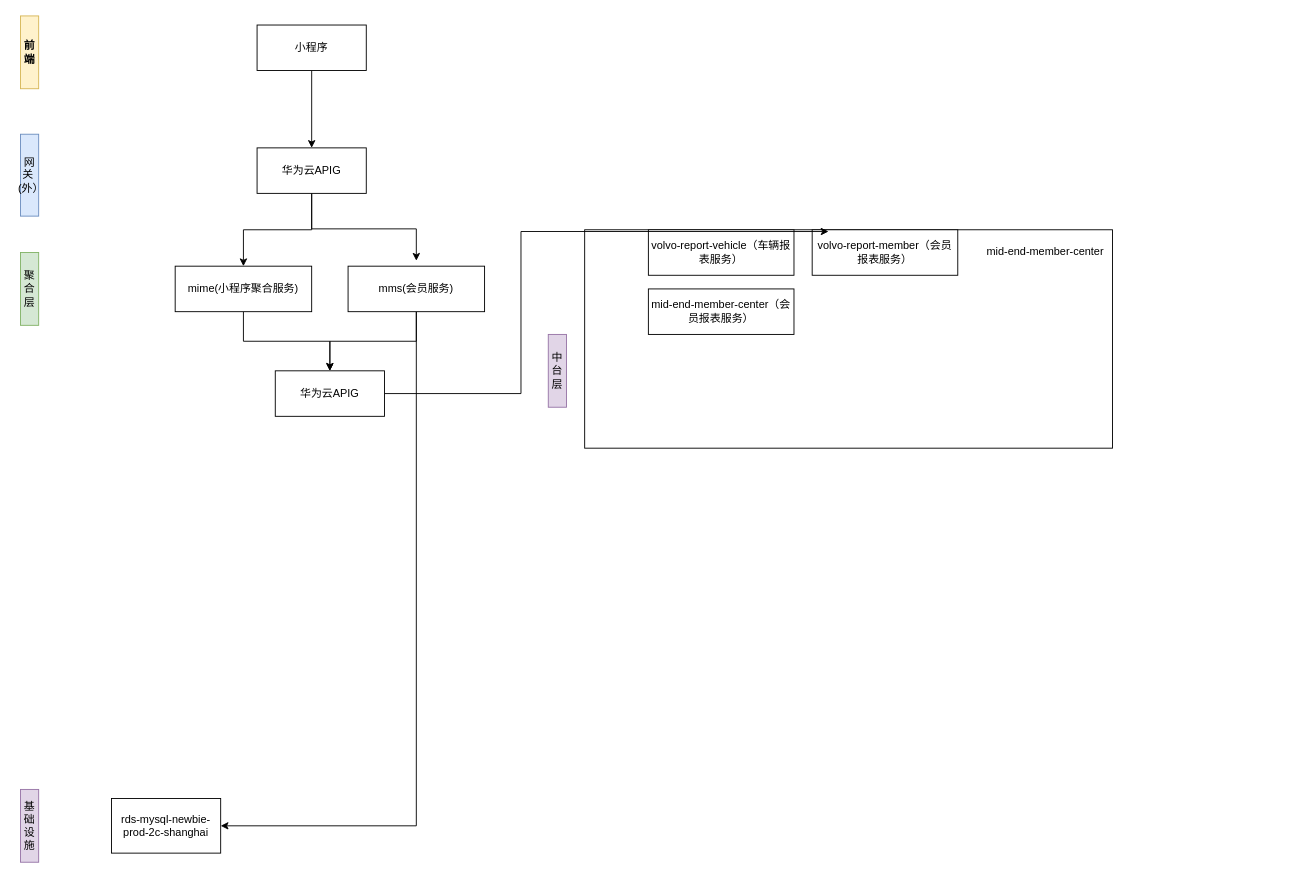
Above: 会员业务架构.drawio in 463024907/draw.io (draw.io), before the change. Source tidied: cells renumbered, new cells numbered last; positions are measured from the earlier drawing's top-left corner, leaving out a move shared by most shapes. Both pictures are drawn from the tidied source at 91%, with x=0, y=0 at pixel (20, 15).
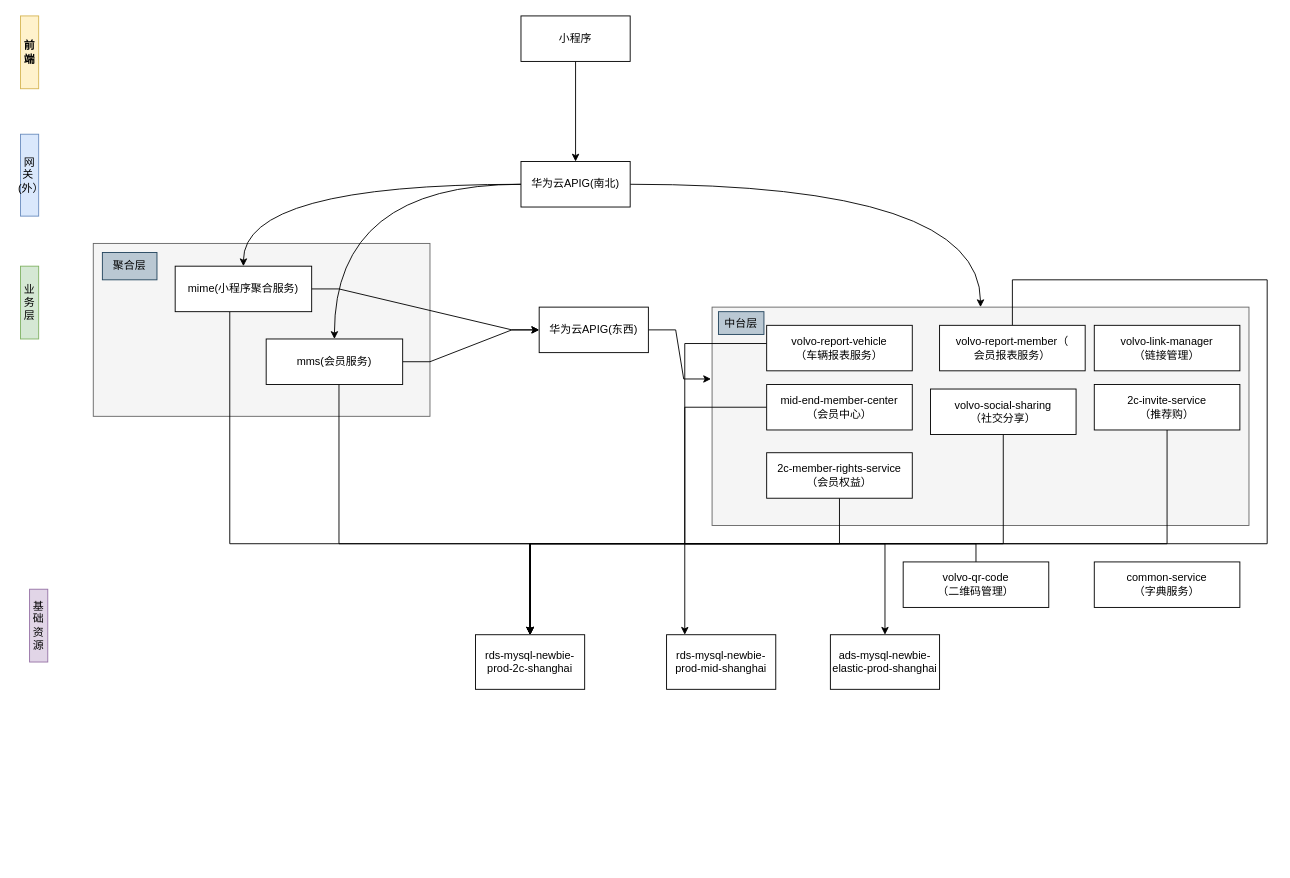
Above is the later version.

Commit message:
Update 会员业务架构.drawio

Unchanged cells that the change refers to:
```xml
<mxCell id="11" value="mime(小程序聚合服务)" style="rounded=0;whiteSpace=wrap;html=1;" parent="1" vertex="1">
  <mxGeometry x="170" y="275" width="150" height="50" as="geometry" />
</mxCell>
```

Change to the diagram source:
```diff
@@
+    <mxCell id="25" style="rounded=0;whiteSpace=wrap;html=1;fillColor=#f5f5f5;fontColor=#333333;strokeColor=#666666;" parent="1" vertex="1">
+      <mxGeometry x="80" y="250" width="370" height="190" as="geometry" />
+    </mxCell>
-    <mxCell id="2" style="rounded=0;whiteSpace=wrap;html=1;" parent="1" vertex="1">
-      <mxGeometry x="620" y="235" width="580" height="240" as="geometry" />
+    <mxCell id="2" style="rounded=0;whiteSpace=wrap;html=1;fillColor=#f5f5f5;fontColor=#333333;strokeColor=#666666;" parent="1" vertex="1">
+      <mxGeometry x="760" y="320" width="590" height="240" as="geometry" />
     </mxCell>
@@
-    <mxCell id="4" style="edgeStyle=orthogonalEdgeStyle;rounded=0;jettySize=auto;html=1;" parent="1" edge="1" source="6" target="11">
+    <mxCell id="4" style="edgeStyle=orthogonalEdgeStyle;rounded=0;jettySize=auto;html=1;curved=1;" parent="1" edge="1" source="6" target="11">
       <mxGeometry relative="1" as="geometry" />
     </mxCell>
-    <mxCell id="5" style="edgeStyle=orthogonalEdgeStyle;rounded=0;orthogonalLoop=1;jettySize=auto;html=1;" parent="1" edge="1">
-      <mxGeometry relative="1" as="geometry">
-        <mxPoint x="320" y="189" as="sourcePoint" />
-        <mxPoint x="435" y="269" as="targetPoint" />
-        <Array as="points">
-          <mxPoint x="320" y="234" />
-          <mxPoint x="435" y="234" />
-        </Array>
-      </mxGeometry>
-    </mxCell>
+    <mxCell id="26" style="edgeStyle=orthogonalEdgeStyle;rounded=0;jettySize=auto;html=1;curved=1;" parent="1" edge="1" source="6" target="19">
+      <mxGeometry relative="1" as="geometry" />
+    </mxCell>
+    <mxCell id="27" style="edgeStyle=orthogonalEdgeStyle;rounded=0;jettySize=auto;html=1;curved=1;" parent="1" edge="1" source="6" target="2">
+      <mxGeometry relative="1" as="geometry" />
+    </mxCell>
-    <mxCell id="6" value="华为云APIG" style="rounded=0;whiteSpace=wrap;html=1;" parent="1" vertex="1">
-      <mxGeometry x="260" y="145" width="120" height="50" as="geometry" />
+    <mxCell id="6" value="华为云APIG(南北)" style="rounded=0;whiteSpace=wrap;html=1;" parent="1" vertex="1">
+      <mxGeometry x="550" y="160" width="120" height="50" as="geometry" />
     </mxCell>
@@
-    <mxCell id="8" value="聚合层" style="rounded=0;whiteSpace=wrap;html=1;fillColor=#d5e8d4;strokeColor=#82b366;" parent="1" vertex="1">
-      <mxGeometry y="260" width="20" height="80" as="geometry" />
+    <mxCell id="8" value="聚合层" style="rounded=0;whiteSpace=wrap;html=1;fillColor=#bac8d3;strokeColor=#23445d;" parent="1" vertex="1">
+      <mxGeometry x="90" y="260" width="60" height="30" as="geometry" />
     </mxCell>
-    <mxCell id="9" value="中台层" style="rounded=0;whiteSpace=wrap;html=1;fillColor=#e1d5e7;strokeColor=#9673a6;" parent="1" vertex="1">
-      <mxGeometry x="580" y="350" width="20" height="80" as="geometry" />
+    <mxCell id="9" value="中台层" style="rounded=0;whiteSpace=wrap;html=1;fillColor=#bac8d3;strokeColor=#23445d;" parent="1" vertex="1">
+      <mxGeometry x="767" y="325" width="50" height="25" as="geometry" />
     </mxCell>
-    <mxCell id="10" style="edgeStyle=orthogonalEdgeStyle;rounded=0;jettySize=auto;html=1;" parent="1" edge="1" source="11" target="24">
+    <mxCell id="10" style="edgeStyle=entityRelationEdgeStyle;rounded=0;jettySize=auto;html=1;" parent="1" edge="1" source="11" target="24">
       <mxGeometry relative="1" as="geometry" />
     </mxCell>
+    <mxCell id="28" style="edgeStyle=orthogonalEdgeStyle;rounded=0;jettySize=auto;html=1;" parent="1" edge="1" source="11" target="20">
+      <mxGeometry relative="1" as="geometry">
+        <Array as="points">
+          <mxPoint x="230" y="580" />
+          <mxPoint x="560" y="580" />
+        </Array>
+      </mxGeometry>
+    </mxCell>
@@
     <mxCell id="13" value="小程序" style="rounded=0;whiteSpace=wrap;html=1;" parent="1" vertex="1">
-      <mxGeometry x="260" y="10" width="120" height="50" as="geometry" />
+      <mxGeometry x="550" width="120" height="50" as="geometry" />
     </mxCell>
+    <mxCell id="29" style="edgeStyle=orthogonalEdgeStyle;rounded=0;jettySize=auto;html=1;entryX=0.5;entryY=0;entryDx=0;entryDy=0;" parent="1" edge="1" target="44">
+      <mxGeometry relative="1" as="geometry">
+        <mxPoint x="820" y="360" as="sourcePoint" />
+        <Array as="points">
+          <mxPoint x="730" y="360" />
+          <mxPoint x="730" y="580" />
+          <mxPoint x="950" y="580" />
+        </Array>
+      </mxGeometry>
+    </mxCell>
-    <mxCell id="14" value="volvo-report-vehicle（车辆报表服务）" style="rounded=0;whiteSpace=wrap;html=1;" parent="1" vertex="1">
-      <mxGeometry x="690" y="235" width="160" height="50" as="geometry" />
+    <mxCell id="14" value="volvo-report-vehicle&lt;br&gt;（车辆报表服务）" style="rounded=0;whiteSpace=wrap;html=1;" parent="1" vertex="1">
+      <mxGeometry x="820" y="340" width="160" height="50" as="geometry" />
     </mxCell>
-    <mxCell id="15" value="基础设施" style="rounded=0;whiteSpace=wrap;html=1;fillColor=#e1d5e7;strokeColor=#9673a6;" parent="1" vertex="1">
-      <mxGeometry y="850" width="20" height="80" as="geometry" />
+    <mxCell id="15" value="基础资源" style="rounded=0;whiteSpace=wrap;html=1;fillColor=#e1d5e7;strokeColor=#9673a6;" parent="1" vertex="1">
+      <mxGeometry x="10" y="630" width="20" height="80" as="geometry" />
     </mxCell>
+    <mxCell id="30" style="edgeStyle=orthogonalEdgeStyle;rounded=0;jettySize=auto;html=1;" parent="1" edge="1" source="16" target="20">
+      <mxGeometry relative="1" as="geometry">
+        <Array as="points">
+          <mxPoint x="1090" y="290" />
+          <mxPoint x="1370" y="290" />
+          <mxPoint x="1370" y="580" />
+          <mxPoint x="560" y="580" />
+        </Array>
+      </mxGeometry>
+    </mxCell>
-    <mxCell id="16" value="volvo-report-member（会员报表服务）" style="rounded=0;whiteSpace=wrap;html=1;" parent="1" vertex="1">
-      <mxGeometry x="870" y="235" width="160" height="50" as="geometry" />
+    <mxCell id="16" value="volvo-report-member（&lt;br&gt;会员报表服务）" style="rounded=0;whiteSpace=wrap;html=1;" parent="1" vertex="1">
+      <mxGeometry x="1010" y="340" width="160" height="50" as="geometry" />
     </mxCell>
     <mxCell id="17" style="edgeStyle=orthogonalEdgeStyle;rounded=0;jettySize=auto;html=1;" parent="1" edge="1" source="19" target="20">
       <mxGeometry relative="1" as="geometry">
         <Array as="points">
-          <mxPoint x="435" y="890" />
+          <mxPoint x="350" y="580" />
+          <mxPoint x="560" y="580" />
         </Array>
       </mxGeometry>
     </mxCell>
-    <mxCell id="18" style="edgeStyle=orthogonalEdgeStyle;rounded=0;jettySize=auto;html=1;entryX=0.5;entryY=0;entryDx=0;entryDy=0;" parent="1" edge="1" source="19" target="24">
+    <mxCell id="18" style="edgeStyle=entityRelationEdgeStyle;rounded=0;jettySize=auto;html=1;entryX=0;entryY=0.5;entryDx=0;entryDy=0;" parent="1" edge="1" source="19" target="24">
       <mxGeometry relative="1" as="geometry" />
     </mxCell>
     <mxCell id="19" value="mms(会员服务)" style="rounded=0;whiteSpace=wrap;html=1;" parent="1" vertex="1">
-      <mxGeometry x="360" y="275" width="150" height="50" as="geometry" />
+      <mxGeometry x="270" y="355" width="150" height="50" as="geometry" />
     </mxCell>
     <mxCell id="20" value="rds-mysql-newbie-prod-2c-shanghai" style="rounded=0;whiteSpace=wrap;html=1;" parent="1" vertex="1">
-      <mxGeometry x="100" y="860" width="120" height="60" as="geometry" />
+      <mxGeometry x="500" y="680" width="120" height="60" as="geometry" />
     </mxCell>
-    <mxCell id="21" value="mid-end-member-center" style="text;whiteSpace=wrap;html=1;" parent="1" vertex="1">
-      <mxGeometry x="1060" y="245" width="160" height="40" as="geometry" />
-    </mxCell>
+    <mxCell id="31" style="edgeStyle=orthogonalEdgeStyle;rounded=0;jettySize=auto;html=1;" parent="1" edge="1" source="22" target="43">
+      <mxGeometry relative="1" as="geometry">
+        <Array as="points">
+          <mxPoint x="730" y="430" />
+        </Array>
+      </mxGeometry>
+    </mxCell>
-    <mxCell id="22" value="mid-end-member-center（会员报表服务）" style="rounded=0;whiteSpace=wrap;html=1;" parent="1" vertex="1">
-      <mxGeometry x="690" y="300" width="160" height="50" as="geometry" />
+    <mxCell id="22" value="mid-end-member-center&lt;br&gt;（会员中心）" style="rounded=0;whiteSpace=wrap;html=1;" parent="1" vertex="1">
+      <mxGeometry x="820" y="405" width="160" height="50" as="geometry" />
     </mxCell>
-    <mxCell id="23" style="edgeStyle=orthogonalEdgeStyle;rounded=0;jettySize=auto;html=1;entryX=0.462;entryY=0.008;entryDx=0;entryDy=0;entryPerimeter=0;" parent="1" edge="1" source="24" target="2">
-      <mxGeometry relative="1" as="geometry">
-        <Array as="points">
-          <mxPoint x="550" y="415" />
-          <mxPoint x="550" y="237" />
-        </Array>
-      </mxGeometry>
+    <mxCell id="23" style="edgeStyle=entityRelationEdgeStyle;rounded=0;jettySize=auto;html=1;entryX=-0.002;entryY=0.329;entryDx=0;entryDy=0;entryPerimeter=0;" parent="1" edge="1" source="24" target="2">
+      <mxGeometry relative="1" as="geometry" />
     </mxCell>
-    <mxCell id="24" value="华为云APIG" style="rounded=0;whiteSpace=wrap;html=1;" parent="1" vertex="1">
-      <mxGeometry x="280" y="390" width="120" height="50" as="geometry" />
+    <mxCell id="24" value="华为云APIG(东西)" style="rounded=0;whiteSpace=wrap;html=1;" parent="1" vertex="1">
+      <mxGeometry x="570" y="320" width="120" height="50" as="geometry" />
     </mxCell>
+    <mxCell id="32" value="业务层" style="rounded=0;whiteSpace=wrap;html=1;fillColor=#d5e8d4;strokeColor=#82b366;" parent="1" vertex="1">
+      <mxGeometry y="275" width="20" height="80" as="geometry" />
+    </mxCell>
+    <mxCell id="33" style="edgeStyle=orthogonalEdgeStyle;rounded=0;jettySize=auto;html=1;entryX=0.5;entryY=0;entryDx=0;entryDy=0;" parent="1" edge="1" source="34" target="20">
+      <mxGeometry relative="1" as="geometry">
+        <Array as="points">
+          <mxPoint x="1050" y="580" />
+          <mxPoint x="560" y="580" />
+        </Array>
+      </mxGeometry>
+    </mxCell>
+    <mxCell id="34" value="volvo-qr-code&lt;br&gt;（二维码管理）" style="rounded=0;whiteSpace=wrap;html=1;" parent="1" vertex="1">
+      <mxGeometry x="970" y="600" width="160" height="50" as="geometry" />
+    </mxCell>
+    <mxCell id="35" value="volvo-link-manager&lt;br&gt;（链接管理）" style="rounded=0;whiteSpace=wrap;html=1;" parent="1" vertex="1">
+      <mxGeometry x="1180" y="340" width="160" height="50" as="geometry" />
+    </mxCell>
+    <mxCell id="36" style="edgeStyle=orthogonalEdgeStyle;rounded=0;jettySize=auto;html=1;" parent="1" edge="1" source="37" target="20">
+      <mxGeometry relative="1" as="geometry">
+        <Array as="points">
+          <mxPoint x="1260" y="580" />
+          <mxPoint x="560" y="580" />
+        </Array>
+      </mxGeometry>
+    </mxCell>
+    <mxCell id="37" value="2c-invite-service&lt;br&gt;（推荐购）" style="rounded=0;whiteSpace=wrap;html=1;" parent="1" vertex="1">
+      <mxGeometry x="1180" y="405" width="160" height="50" as="geometry" />
+    </mxCell>
+    <mxCell id="38" style="edgeStyle=orthogonalEdgeStyle;rounded=0;jettySize=auto;html=1;" parent="1" edge="1" source="39" target="20">
+      <mxGeometry relative="1" as="geometry">
+        <Array as="points">
+          <mxPoint x="900" y="580" />
+          <mxPoint x="560" y="580" />
+        </Array>
+      </mxGeometry>
+    </mxCell>
+    <mxCell id="39" value="2c-member-rights-service（会员权益）" style="rounded=0;whiteSpace=wrap;html=1;" parent="1" vertex="1">
+      <mxGeometry x="820" y="480" width="160" height="50" as="geometry" />
+    </mxCell>
+    <mxCell id="40" style="edgeStyle=orthogonalEdgeStyle;rounded=0;jettySize=auto;html=1;" parent="1" edge="1" source="41" target="20">
+      <mxGeometry relative="1" as="geometry">
+        <Array as="points">
+          <mxPoint x="1080" y="580" />
+          <mxPoint x="560" y="580" />
+        </Array>
+      </mxGeometry>
+    </mxCell>
+    <mxCell id="41" value="volvo-social-sharing&lt;br&gt;（社交分享）" style="rounded=0;whiteSpace=wrap;html=1;" parent="1" vertex="1">
+      <mxGeometry x="1000" y="410" width="160" height="50" as="geometry" />
+    </mxCell>
+    <mxCell id="42" value="common-service&lt;br&gt;（字典服务）" style="rounded=0;whiteSpace=wrap;html=1;" parent="1" vertex="1">
+      <mxGeometry x="1180" y="600" width="160" height="50" as="geometry" />
+    </mxCell>
+    <mxCell id="43" value="rds-mysql-newbie-prod-mid-shanghai" style="rounded=0;whiteSpace=wrap;html=1;" parent="1" vertex="1">
+      <mxGeometry x="710" y="680" width="120" height="60" as="geometry" />
+    </mxCell>
+    <mxCell id="44" value="ads-mysql-newbie-elastic-prod-shanghai" style="rounded=0;whiteSpace=wrap;html=1;" parent="1" vertex="1">
+      <mxGeometry x="890" y="680" width="120" height="60" as="geometry" />
+    </mxCell>
```
